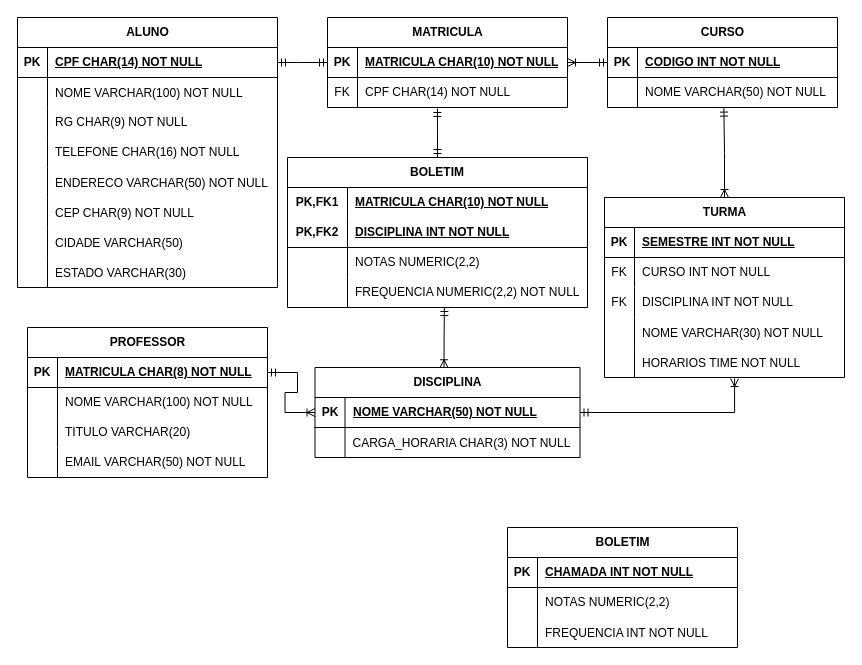
The draw.io diagram atividade db b2.drawio in ngdx4/banco_de_dados1, before the edit. Source tidied: cells renumbered, new cells numbered last; positions are measured from the earlier drawing's top-left corner, leaving out a move shared by most shapes. Both pictures are drawn from the tidied source at 100%, with x=0, y=0 at pixel (17, 17).
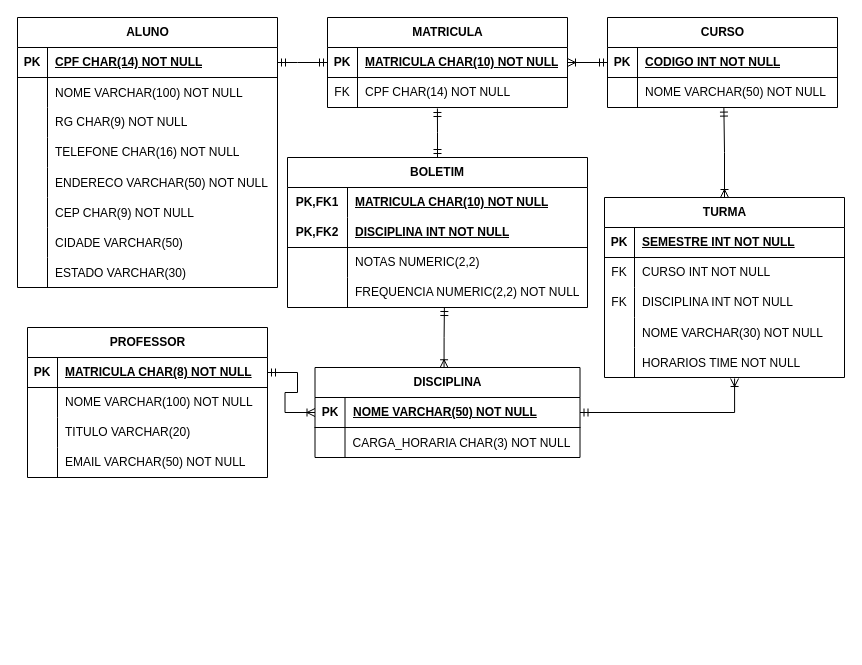
Above is the later version.

Change to the diagram source:
```diff
@@
-    <mxCell id="71" value="BOLETIM" style="shape=table;startSize=30;childLayout=tableLayout;rowLines=0;fontStyle=1;align=center;html=1;" parent="1" vertex="1">
-      <mxGeometry x="490" y="510" width="230" height="120" as="geometry" />
-    </mxCell>
-    <mxCell id="72" style="shape=tableRow;horizontal=0;startSize=0;swimlaneHead=0;swimlaneBody=0;fillColor=none;top=0;left=0;right=0;bottom=1;" parent="71" vertex="1">
-      <mxGeometry y="30" width="230" height="30" as="geometry" />
-    </mxCell>
-    <mxCell id="73" value="PK" style="shape=partialRectangle;fillColor=none;top=0;left=0;bottom=0;right=0;fontStyle=1;overflow=hidden;whiteSpace=wrap;html=1;" parent="72" vertex="1">
-      <mxGeometry width="30" height="30" as="geometry" />
-    </mxCell>
-    <mxCell id="74" value="CHAMADA INT NOT NULL" style="shape=partialRectangle;fillColor=none;top=0;left=0;bottom=0;right=0;align=left;spacingLeft=6;fontStyle=5;overflow=hidden;whiteSpace=wrap;html=1;" parent="72" vertex="1">
-      <mxGeometry x="30" width="200" height="30" as="geometry" />
-    </mxCell>
-    <mxCell id="75" style="shape=tableRow;horizontal=0;startSize=0;swimlaneHead=0;swimlaneBody=0;fillColor=none;top=0;left=0;right=0;bottom=0;" parent="71" vertex="1">
-      <mxGeometry y="60" width="230" height="30" as="geometry" />
-    </mxCell>
-    <mxCell id="76" style="shape=partialRectangle;fillColor=none;top=0;left=0;bottom=0;right=0;overflow=hidden;whiteSpace=wrap;html=1;" parent="75" vertex="1">
-      <mxGeometry width="30" height="30" as="geometry" />
-    </mxCell>
-    <mxCell id="77" value="NOTAS NUMERIC(2,2)" style="shape=partialRectangle;fillColor=none;top=0;left=0;bottom=0;right=0;align=left;spacingLeft=6;overflow=hidden;whiteSpace=wrap;html=1;" parent="75" vertex="1">
-      <mxGeometry x="30" width="200" height="30" as="geometry" />
-    </mxCell>
-    <mxCell id="78" style="shape=tableRow;horizontal=0;startSize=0;swimlaneHead=0;swimlaneBody=0;fillColor=none;top=0;left=0;right=0;bottom=0;" parent="71" vertex="1">
-      <mxGeometry y="90" width="230" height="30" as="geometry" />
-    </mxCell>
-    <mxCell id="79" style="shape=partialRectangle;fillColor=none;top=0;left=0;bottom=0;right=0;overflow=hidden;" parent="78" vertex="1">
-      <mxGeometry width="30" height="30" as="geometry" />
-    </mxCell>
-    <mxCell id="80" value="FREQUENCIA INT NOT NULL" style="shape=partialRectangle;fillColor=none;top=0;left=0;bottom=0;right=0;align=left;spacingLeft=6;overflow=hidden;" parent="78" vertex="1">
-      <mxGeometry x="30" width="200" height="30" as="geometry" />
-    </mxCell>
```
